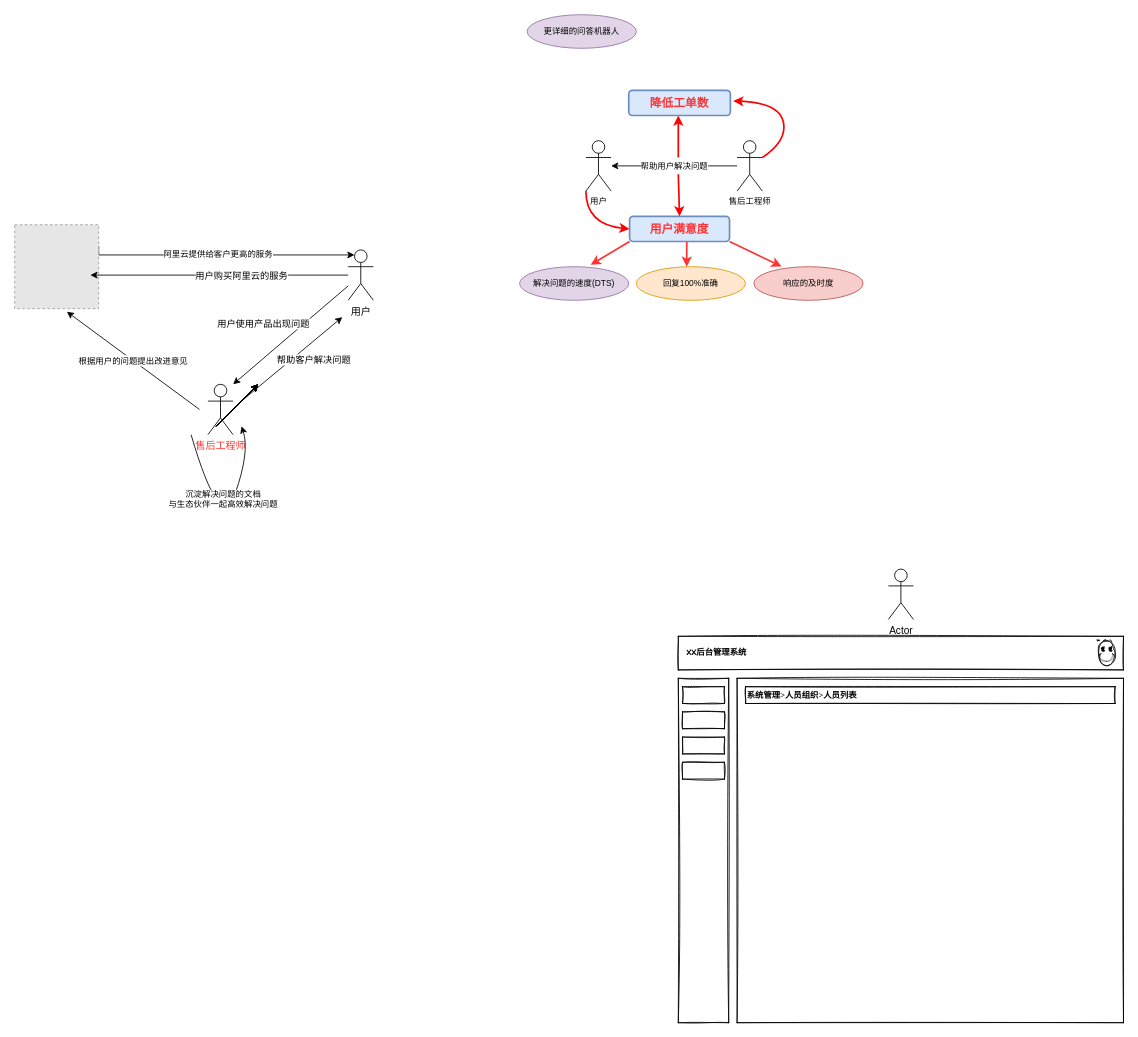
Above: Untitled Diagram.drawio in XinBaoCode/digram (draw.io), before the change. Source tidied: cells renumbered, new cells numbered last; positions are measured from the earlier drawing's top-left corner, leaving out a move shared by most shapes. Both pictures are drawn from the tidied source at 84%, with x=0, y=0 at pixel (14, 14). Pictures stored in the file or linked from it are replaced by grey dashed boxes.
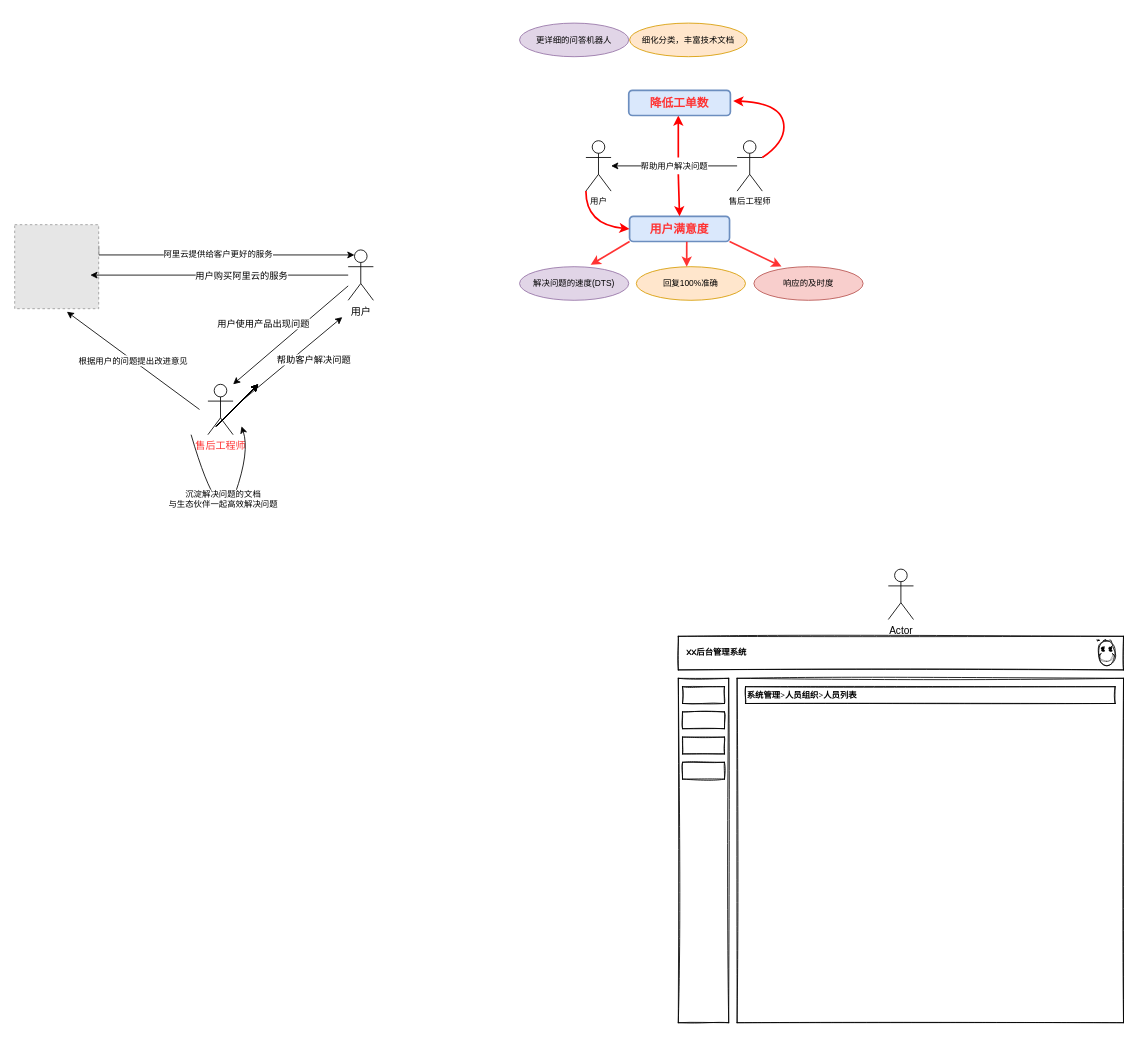
The same diagram, later.

The change refers to these unchanged cells:
```xml
<mxCell id="13" style="edgeStyle=orthogonalEdgeStyle;rounded=0;jettySize=auto;html=1;exitX=1;exitY=0.25;exitDx=0;exitDy=0;entryX=0.25;entryY=0.1;entryDx=0;entryDy=0;entryPerimeter=0;fontSize=10;fontColor=#000000;" parent="1" edge="1" source="15" target="12">
  <mxGeometry relative="1" as="geometry">
    <Array as="points">
      <mxPoint x="100" y="286" />
    </Array>
  </mxGeometry>
</mxCell>
```

Change to the diagram source:
```diff
@@
-    <mxCell id="14" value="阿里云提供给客户更高的服务" style="edgeLabel;html=1;align=center;verticalAlign=middle;fontSize=10;fontColor=#000000;" parent="13" vertex="1">
+    <mxCell id="14" value="阿里云提供给客户更好的服务" style="edgeLabel;html=1;align=center;verticalAlign=middle;fontSize=10;fontColor=#000000;" parent="13" vertex="1">
       <mxGeometry x="-0.04" y="2" relative="1" as="geometry">
         <mxPoint x="1" as="offset" />
       </mxGeometry>
     </mxCell>
@@
     <mxCell id="49" value="更详细的问答机器人" style="ellipse;whiteSpace=wrap;html=1;fontSize=10;fillColor=#e1d5e7;strokeColor=#9673a6;" parent="1" vertex="1">
-      <mxGeometry x="610" width="130" height="40" as="geometry" />
+      <mxGeometry x="601" y="10" width="130" height="40" as="geometry" />
     </mxCell>
+    <mxCell id="50" value="细化分类，丰富技术文档" style="ellipse;whiteSpace=wrap;html=1;fontSize=10;fillColor=#ffe6cc;strokeColor=#d79b00;" parent="1" vertex="1">
+      <mxGeometry x="732" y="10" width="140" height="40" as="geometry" />
+    </mxCell>
```
